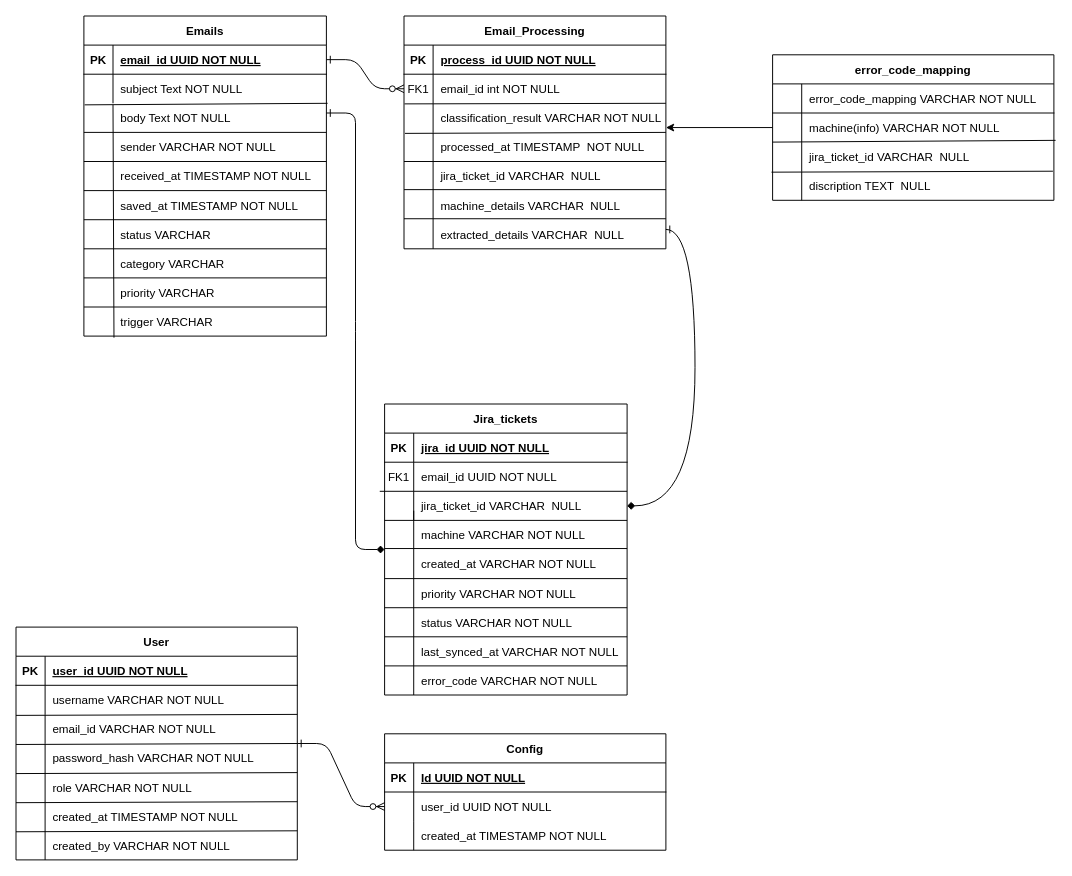
Earlier version of the draw.io diagram app/control_email/Databaseschema.drawio (satyakar3001/emailProcessingServer). Source tidied: cells renumbered, new cells numbered last; positions are measured from the earlier drawing's top-left corner, leaving out a move shared by most shapes. Both pictures are drawn from the tidied source at 97%, with x=0, y=0 at pixel (16, 16).
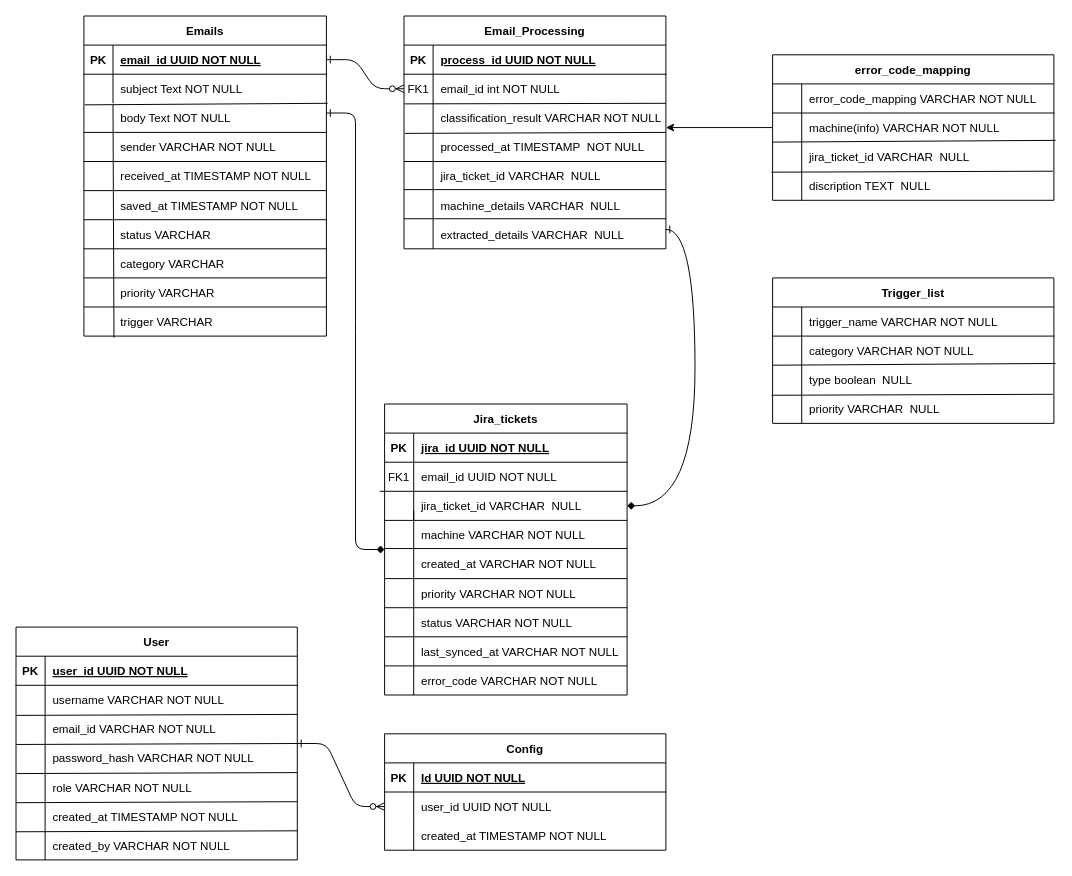
After the change.

Diff of the diagram source:
```diff
@@
+    <mxCell id="144" style="group;" parent="1" vertex="1">
+      <mxGeometry x="780" y="270" width="290" height="150" as="geometry" />
+    </mxCell>
+    <mxCell id="145" value="Trigger_list" style="shape=table;startSize=30;childLayout=tableLayout;rowLines=0;fontStyle=1;align=center;" parent="144" vertex="1">
+      <mxGeometry width="290" height="150" as="geometry" />
+    </mxCell>
+    <mxCell id="146" style="shape=partialRectangle;fillColor=none;top=0;left=0;right=0;bottom=1;" parent="145" vertex="1">
+      <mxGeometry y="30" width="290" height="30" as="geometry" />
+    </mxCell>
+    <mxCell id="147" style="shape=partialRectangle;overflow=hidden;fillColor=none;top=0;left=0;bottom=0;right=0;fontStyle=1;" parent="146" vertex="1">
+      <mxGeometry width="30" height="30" as="geometry" />
+    </mxCell>
+    <mxCell id="148" value="trigger_name VARCHAR NOT NULL " style="shape=partialRectangle;overflow=hidden;fillColor=none;top=0;left=0;bottom=0;right=0;align=left;spacingLeft=6;fontStyle=0;" parent="146" vertex="1">
+      <mxGeometry x="30" width="260" height="30" as="geometry" />
+    </mxCell>
+    <mxCell id="149" style="shape=partialRectangle;fillColor=none;points=[[0,0.5],[1,0.5]];portConstraint=eastwest;top=0;left=0;right=0;bottom=0;" parent="145" vertex="1">
+      <mxGeometry y="60" width="290" height="30" as="geometry" />
+    </mxCell>
+    <mxCell id="150" style="shape=partialRectangle;overflow=hidden;fillColor=none;top=0;left=0;bottom=0;right=0;" parent="149" vertex="1">
+      <mxGeometry width="30" height="30" as="geometry" />
+    </mxCell>
+    <mxCell id="151" value="category VARCHAR NOT NULL" style="shape=partialRectangle;overflow=hidden;fillColor=none;top=0;left=0;bottom=0;right=0;align=left;spacingLeft=6;" parent="149" vertex="1">
+      <mxGeometry x="30" width="260" height="30" as="geometry" />
+    </mxCell>
+    <mxCell id="152" style="shape=partialRectangle;fillColor=none;points=[[0,0.5],[1,0.5]];portConstraint=eastwest;top=0;left=0;right=0;bottom=0;" parent="145" vertex="1">
+      <mxGeometry y="90" width="290" height="30" as="geometry" />
+    </mxCell>
+    <mxCell id="153" style="shape=partialRectangle;overflow=hidden;fillColor=none;top=0;left=0;bottom=0;right=0;" parent="152" vertex="1">
+      <mxGeometry width="30" height="30" as="geometry" />
+    </mxCell>
+    <mxCell id="154" value="type boolean  NULL" style="shape=partialRectangle;overflow=hidden;fillColor=none;top=0;left=0;bottom=0;right=0;align=left;spacingLeft=6;" parent="152" vertex="1">
+      <mxGeometry x="30" width="260" height="30" as="geometry" />
+    </mxCell>
+    <mxCell id="155" value="priority VARCHAR  NULL" style="shape=partialRectangle;overflow=hidden;fillColor=none;top=0;left=0;bottom=0;right=0;align=left;spacingLeft=6;" parent="144" vertex="1">
+      <mxGeometry x="30" y="120" width="260" height="30" as="geometry" />
+    </mxCell>
+    <mxCell id="156" style="endArrow=none;html=1;rounded=0;entryX=0.115;entryY=0.053;entryDx=0;entryDy=0;entryPerimeter=0;" parent="144" edge="1">
+      <mxGeometry relative="1" as="geometry">
+        <mxPoint x="30" y="150" as="sourcePoint" />
+        <mxPoint x="30" y="120" as="targetPoint" />
+      </mxGeometry>
+    </mxCell>
+    <mxCell id="157" style="endArrow=none;html=1;rounded=0;exitX=0.002;exitY=0.02;exitDx=0;exitDy=0;exitPerimeter=0;entryX=1.006;entryY=0.94;entryDx=0;entryDy=0;entryPerimeter=0;" parent="144" edge="1" target="149">
+      <mxGeometry relative="1" as="geometry">
+        <mxPoint y="90" as="sourcePoint" />
+      </mxGeometry>
+    </mxCell>
+    <mxCell id="158" style="endArrow=none;html=1;rounded=0;exitX=-0.004;exitY=1.033;exitDx=0;exitDy=0;exitPerimeter=0;entryX=0.995;entryY=-0.087;entryDx=0;entryDy=0;entryPerimeter=0;" parent="144" edge="1" source="152">
+      <mxGeometry relative="1" as="geometry">
+        <mxPoint x="289" y="120" as="targetPoint" />
+      </mxGeometry>
+    </mxCell>
```
